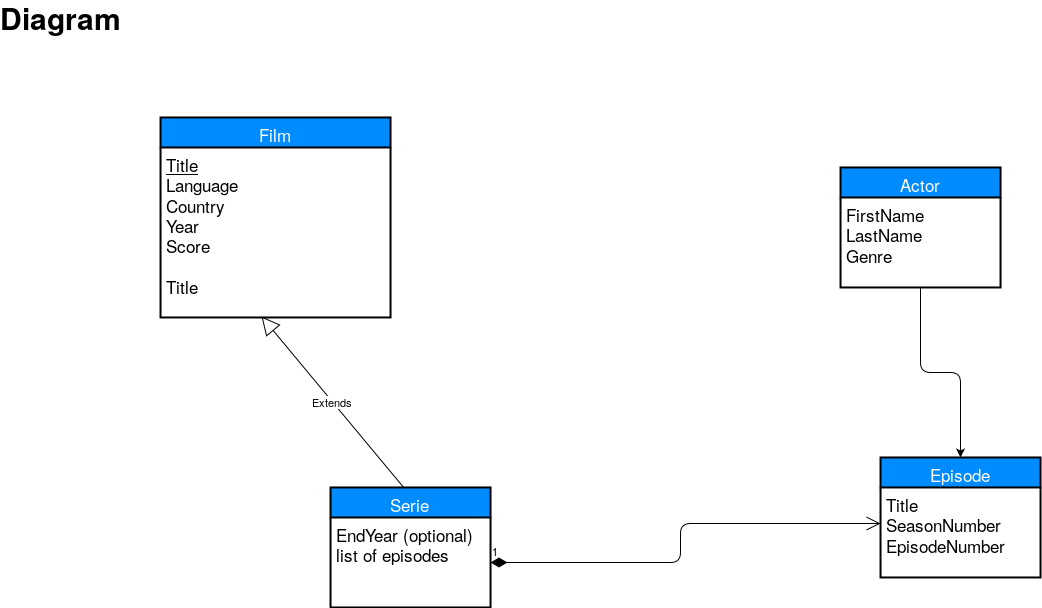
Earlier version of the draw.io export Rapport/Pic/ER_Driagram.png (rumuricoste/DB_Project). Source tidied: cells renumbered, new cells last; positions are measured from the earlier drawing's top-left corner, leaving out a move shared by most shapes. Its diagram source:
```xml
<mxGraphModel background="#ffffff">
  <root>
    <mxCell id="0" />
    <mxCell id="1" parent="0" />
    <mxCell id="2" value="Extends" style="endArrow=block;endSize=16;endFill=0;html=1;entryX=0.439;entryY=0.994;entryPerimeter=0;exitX=0.463;exitY=0.008;exitPerimeter=0;" parent="1" edge="1" source="8" target="6">
      <mxGeometry relative="1" as="geometry" />
    </mxCell>
    <mxCell id="3" value="&lt;font style=&quot;font-size: 30px&quot;&gt;Diagram&lt;/font&gt;" style="text;html=1;align=center;fontStyle=1;verticalAlign=middle;spacingLeft=3;spacingRight=3;strokeColor=none;rounded=0;shadow=0;glass=0;" parent="1" vertex="1">
      <mxGeometry width="80" height="26" as="geometry" />
    </mxCell>
    <mxCell id="4" style="edgeStyle=orthogonalEdgeStyle;rounded=1;html=1;exitX=0.5;exitY=1;entryX=0.5;entryY=0;jettySize=auto;strokeColor=#000000;" parent="1" edge="1" source="13" target="10">
      <mxGeometry relative="1" as="geometry" />
    </mxCell>
    <mxCell id="5" value="Film" style="swimlane;html=1;horizontal=1;startSize=30;fillColor=#008cff;fontColor=#FFFFFF;rounded=0;fontSize=17;fontStyle=0;strokeWidth=2;shadow=0;dashed=0;align=center;glass=0;" parent="1" vertex="1">
      <mxGeometry x="140" y="113" width="230" height="200" as="geometry" />
    </mxCell>
    <mxCell id="6" value="&lt;u&gt;Title&lt;/u&gt;&lt;br&gt;Language&lt;br&gt;Country&lt;br&gt;Year&lt;br&gt;Score&lt;br&gt;&lt;br&gt;Title" style="whiteSpace=wrap;html=1;align=left;strokeColor=none;fillColor=none;spacingLeft=4;fontSize=17;verticalAlign=top;" parent="5" vertex="1">
      <mxGeometry y="30" width="230" height="170" as="geometry" />
    </mxCell>
    <mxCell id="7" style="line;html=1;strokeWidth=1;fillColor=none;align=left;verticalAlign=middle;spacingTop=-1;spacingLeft=3;spacingRight=3;labelPosition=right;rounded=0;shadow=0;glass=0;" parent="5" vertex="1">
      <mxGeometry y="200" width="230" as="geometry" />
    </mxCell>
    <mxCell id="8" value="Serie" style="swimlane;html=1;horizontal=1;startSize=30;fillColor=#008cff;fontColor=#FFFFFF;rounded=0;fontSize=17;fontStyle=0;strokeWidth=2;shadow=0;dashed=0;align=center;glass=0;" parent="1" vertex="1">
      <mxGeometry x="310" y="483" width="160" height="120" as="geometry" />
    </mxCell>
    <mxCell id="9" value="EndYear (optional)&lt;br&gt;list of episodes" style="whiteSpace=wrap;html=1;align=left;strokeColor=none;fillColor=none;spacingLeft=4;fontSize=17;verticalAlign=top;" parent="8" vertex="1">
      <mxGeometry y="30" width="160" height="90" as="geometry" />
    </mxCell>
    <mxCell id="10" value="Episode" style="swimlane;html=1;horizontal=1;startSize=30;fillColor=#008cff;fontColor=#FFFFFF;rounded=0;fontSize=17;fontStyle=0;strokeWidth=2;shadow=0;dashed=0;align=center;glass=0;" parent="1" vertex="1">
      <mxGeometry x="860" y="453" width="160" height="120" as="geometry" />
    </mxCell>
    <mxCell id="11" value="Title&lt;br&gt;SeasonNumber&lt;br&gt;EpisodeNumber" style="whiteSpace=wrap;html=1;align=left;strokeColor=none;fillColor=none;spacingLeft=4;fontSize=17;verticalAlign=top;" parent="10" vertex="1">
      <mxGeometry y="30" width="160" height="90" as="geometry" />
    </mxCell>
    <mxCell id="12" value="1" style="endArrow=open;html=1;endSize=12;startArrow=diamondThin;startSize=14;startFill=1;edgeStyle=orthogonalEdgeStyle;align=left;verticalAlign=bottom;exitX=1;exitY=0.5;entryX=0;entryY=0.4;entryPerimeter=0;" parent="1" edge="1" source="9" target="11">
      <mxGeometry x="-1" y="3" relative="1" as="geometry">
        <Array as="points">
          <mxPoint x="660" y="558" />
          <mxPoint x="660" y="519" />
        </Array>
      </mxGeometry>
    </mxCell>
    <mxCell id="13" value="Actor" style="swimlane;html=1;horizontal=1;startSize=30;fillColor=#008cff;fontColor=#FFFFFF;rounded=0;fontSize=17;fontStyle=0;strokeWidth=2;shadow=0;dashed=0;align=center;swimlaneLine=1;" parent="1" vertex="1">
      <mxGeometry x="820" y="163" width="160" height="120" as="geometry" />
    </mxCell>
    <mxCell id="14" value="FirstName&lt;br&gt;LastName&lt;br&gt;Genre&lt;br&gt;" style="whiteSpace=wrap;html=1;align=left;strokeColor=none;fillColor=none;spacingLeft=4;fontSize=17;verticalAlign=top;rounded=0;glass=0;shadow=0;" parent="13" vertex="1">
      <mxGeometry y="30" width="160" height="90" as="geometry" />
    </mxCell>
  </root>
</mxGraphModel>
```
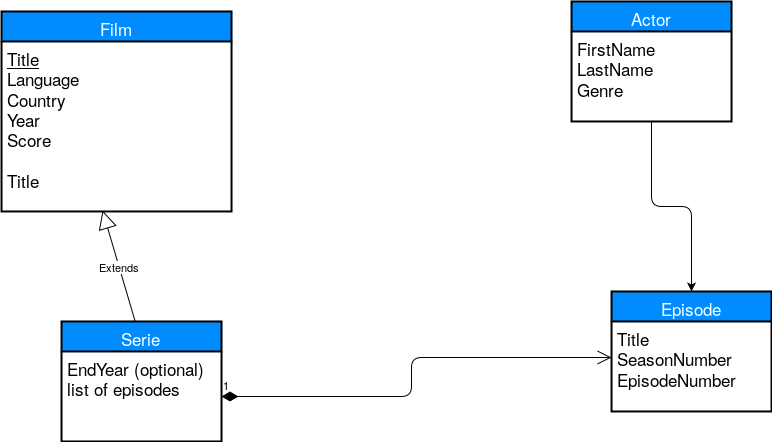
After the change.

The edit, as a diff of the source:
```diff
@@ -5,14 +5,11 @@
     <mxCell id="2" value="Extends" style="endArrow=block;endSize=16;endFill=0;html=1;entryX=0.439;entryY=0.994;entryPerimeter=0;exitX=0.463;exitY=0.008;exitPerimeter=0;" parent="1" edge="1" source="8" target="6">
       <mxGeometry relative="1" as="geometry" />
     </mxCell>
-    <mxCell id="3" value="&lt;font style=&quot;font-size: 30px&quot;&gt;Diagram&lt;/font&gt;" style="text;html=1;align=center;fontStyle=1;verticalAlign=middle;spacingLeft=3;spacingRight=3;strokeColor=none;rounded=0;shadow=0;glass=0;" parent="1" vertex="1">
-      <mxGeometry width="80" height="26" as="geometry" />
-    </mxCell>
     <mxCell id="4" style="edgeStyle=orthogonalEdgeStyle;rounded=1;html=1;exitX=0.5;exitY=1;entryX=0.5;entryY=0;jettySize=auto;strokeColor=#000000;" parent="1" edge="1" source="13" target="10">
       <mxGeometry relative="1" as="geometry" />
     </mxCell>
     <mxCell id="5" value="Film" style="swimlane;html=1;horizontal=1;startSize=30;fillColor=#008cff;fontColor=#FFFFFF;rounded=0;fontSize=17;fontStyle=0;strokeWidth=2;shadow=0;dashed=0;align=center;glass=0;" parent="1" vertex="1">
-      <mxGeometry x="140" y="113" width="230" height="200" as="geometry" />
+      <mxGeometry x="250" y="173" width="230" height="200" as="geometry" />
     </mxCell>
     <mxCell id="6" value="&lt;u&gt;Title&lt;/u&gt;&lt;br&gt;Language&lt;br&gt;Country&lt;br&gt;Year&lt;br&gt;Score&lt;br&gt;&lt;br&gt;Title" style="whiteSpace=wrap;html=1;align=left;strokeColor=none;fillColor=none;spacingLeft=4;fontSize=17;verticalAlign=top;" parent="5" vertex="1">
       <mxGeometry y="30" width="230" height="170" as="geometry" />
```
